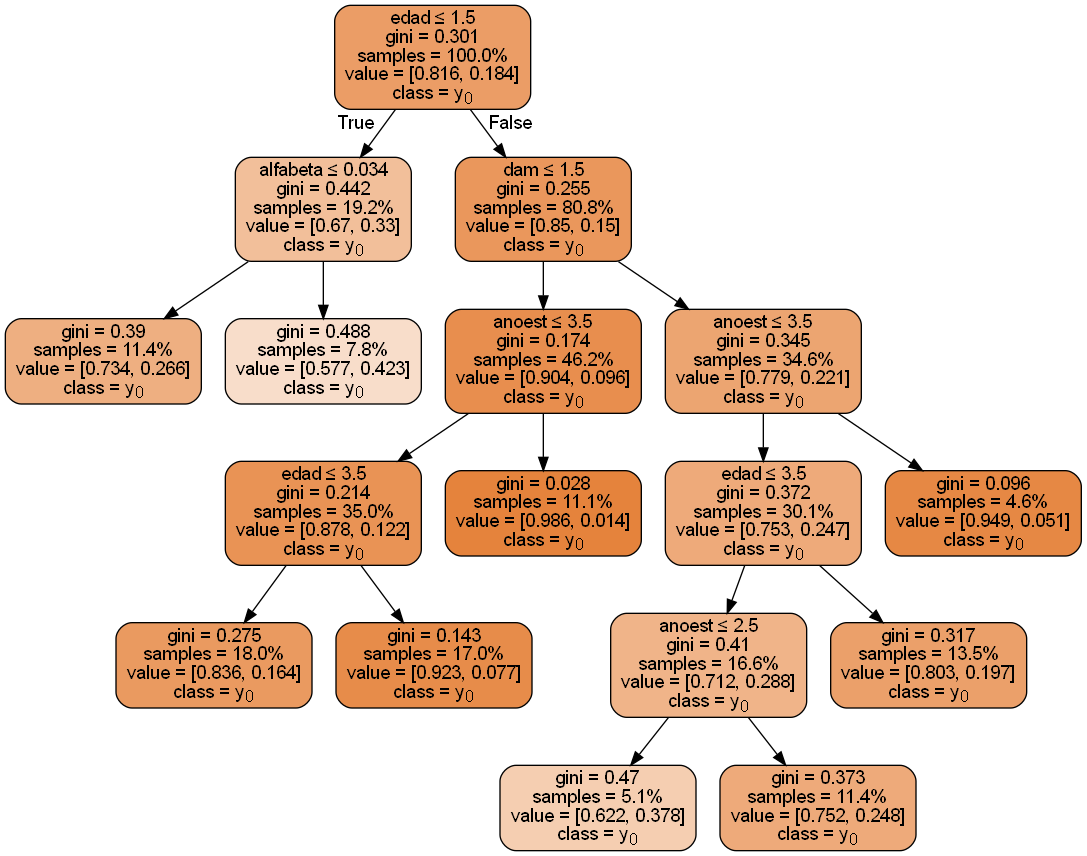
The Graphviz diagram imagenes/python/Source.gv.png in antonioespinoza98/SAExML, before a commit. Its source is kept beside it as imagenes/python/Source.gv.
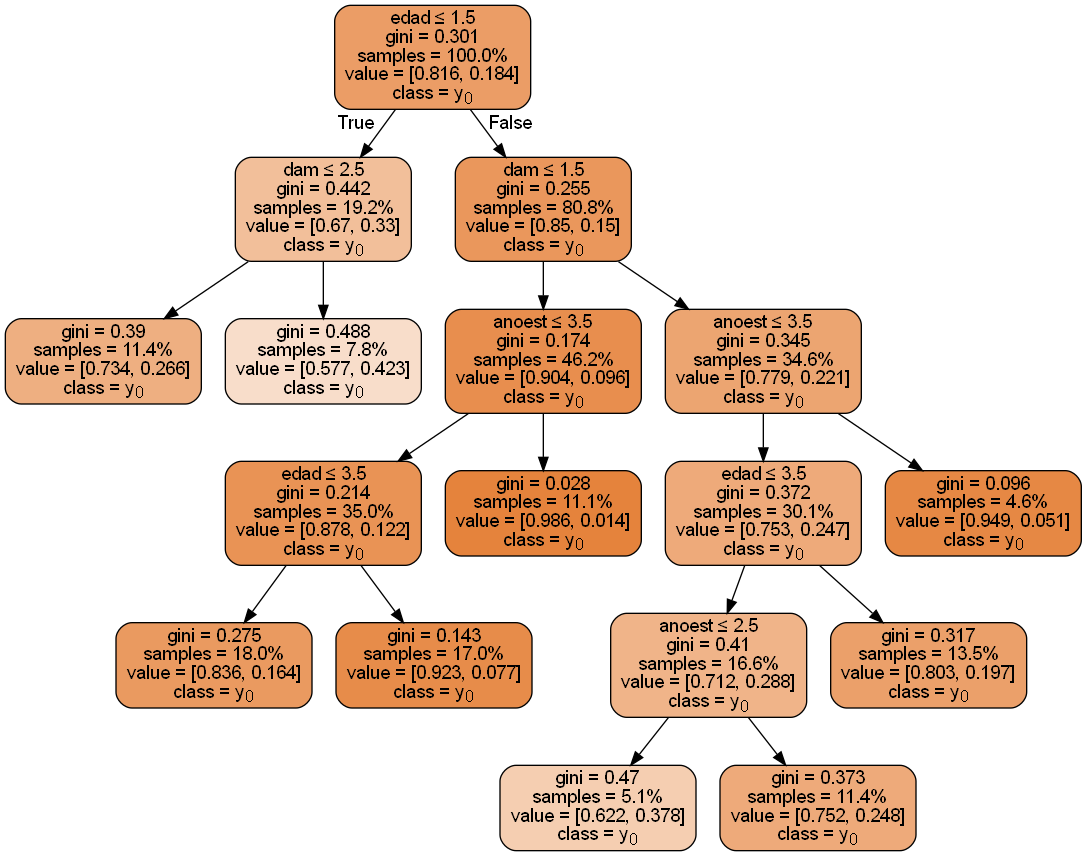
The same file after the commit.

Diff of the diagram source:
```diff
@@ -2,7 +2,7 @@
 node [shape=box, style="filled, rounded", color="black", fontname="helvetica"] ;
 edge [fontname="helvetica"] ;
 0 [label=<edad &le; 1.5<br/>gini = 0.301<br/>samples = 100.0%<br/>value = [0.816, 0.184]<br/>class = y<SUB>0</SUB>>, fillcolor="#eb9d66"] ;
-1 [label=<alfabeta &le; 0.034<br/>gini = 0.442<br/>samples = 19.2%<br/>value = [0.67, 0.33]<br/>class = y<SUB>0</SUB>>, fillcolor="#f2bf9a"] ;
+1 [label=<dam &le; 2.5<br/>gini = 0.442<br/>samples = 19.2%<br/>value = [0.67, 0.33]<br/>class = y<SUB>0</SUB>>, fillcolor="#f2bf9a"] ;
 0 -> 1 [labeldistance=2.5, labelangle=45, headlabel="True"] ;
 2 [label=<gini = 0.39<br/>samples = 11.4%<br/>value = [0.734, 0.266]<br/>class = y<SUB>0</SUB>>, fillcolor="#eeaf81"] ;
 1 -> 2 ;
```
